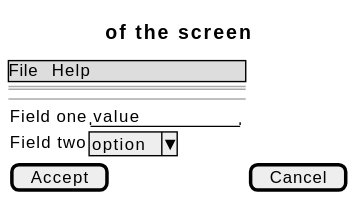
This is docs/01-requirements/use-cases/createRule/wireframes.svg from didactika/kampus, a PlantUML export, as it was before one commit. Its diagram source:
```plantuml
@startsalt
{
  {* File | Help }
  ==
  Title of the screen
  --
  {
    Field one | "value        "
    Field two | ^option^
  }
  [ Accept ] | [ Cancel ]
}
@endsalt
```
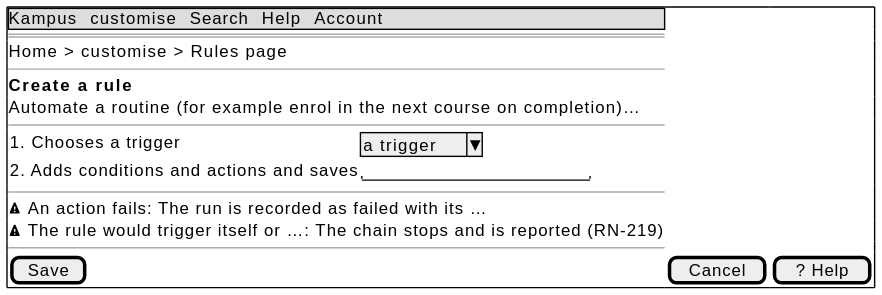
After the commit.

Change to the diagram source:
```diff
@@ -1,13 +1,20 @@
 @startsalt
-{
-  {* File | Help }
+{+
+  {* Kampus | customise | Search | Help | Account }
   ==
-  Title of the screen
+  Home > customise > Rules page
+  --
+  <b>Create a rule
+  Automate a routine (for example enrol in the next course on completion)…
   --
   {
-    Field one | "value        "
-    Field two | ^option^
+    1. Chooses a trigger | ^a trigger^
+    2. Adds conditions and actions and saves | "                    "
   }
-  [ Accept ] | [ Cancel ]
+  --
+  <&warning> An action fails: The run is recorded as failed with its …
+  <&warning> The rule would trigger itself or …: The chain stops and is reported (RN-219)
+  --
+  [ Save ] | [ Cancel ] | [ ? Help ]
 }
 @endsalt
```
